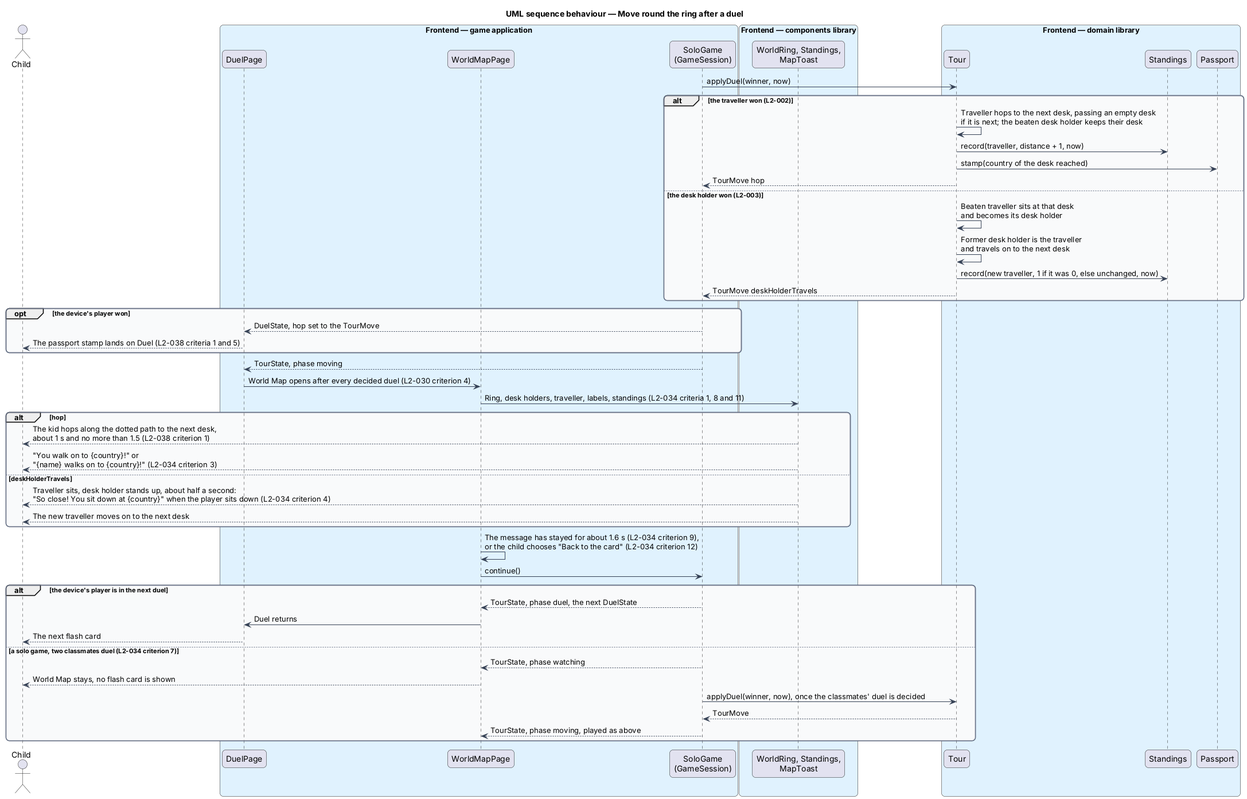
Before: docs/detailed-designs/tour/travel-round-ring/diagrams/sequence-move-after-duel.png, a diagram exported from PlantUML (QuinntyneBrown/around-the-world). Its source is kept beside it as docs/detailed-designs/tour/travel-round-ring/diagrams/sequence-move-after-duel.puml.
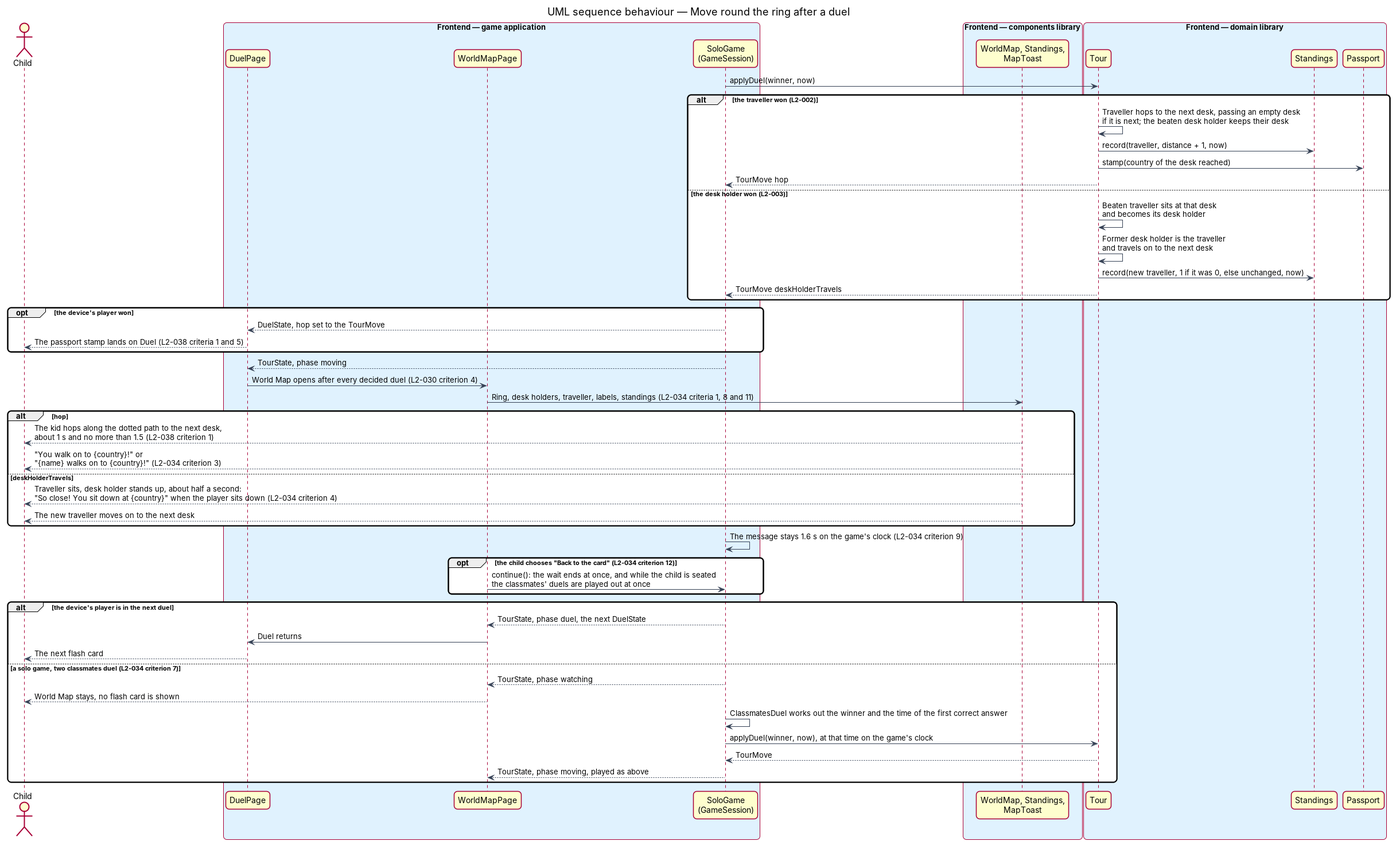
After the change.

Diff of the diagram source:
```diff
@@ -21,7 +21,7 @@
   participant "SoloGame\n(GameSession)" as solo
 end box
 box "Frontend — components library" #E0F2FE
-  participant "WorldRing, Standings,\nMapToast" as views
+  participant "WorldMap, Standings,\nMapToast" as views
 end box
 box "Frontend — domain library" #E0F2FE
   participant "Tour" as tour
@@ -54,8 +54,10 @@
   views --> child : Traveller sits, desk holder stands up, about half a second:\n"So close! You sit down at {country}" when the player sits down (L2-034 criterion 4)
   views --> child : The new traveller moves on to the next desk
 end
-page -> page : The message has stayed for about 1.6 s (L2-034 criterion 9),\nor the child chooses "Back to the card" (L2-034 criterion 12)
-page -> solo : continue()
+solo -> solo : The message stays 1.6 s on the game's clock (L2-034 criterion 9)
+opt the child chooses "Back to the card" (L2-034 criterion 12)
+  page -> solo : continue(): the wait ends at once, and while the child is seated\nthe classmates' duels are played out at once
+end
 alt the device's player is in the next duel
   solo --> page : TourState, phase duel, the next DuelState
   page -> duelpage : Duel returns
@@ -63,7 +65,8 @@
 else a solo game, two classmates duel (L2-034 criterion 7)
   solo --> page : TourState, phase watching
   page --> child : World Map stays, no flash card is shown
-  solo -> tour : applyDuel(winner, now), once the classmates' duel is decided
+  solo -> solo : ClassmatesDuel works out the winner and the time of the first correct answer
+  solo -> tour : applyDuel(winner, now), at that time on the game's clock
   tour --> solo : TourMove
   solo --> page : TourState, phase moving, played as above
 end
```
